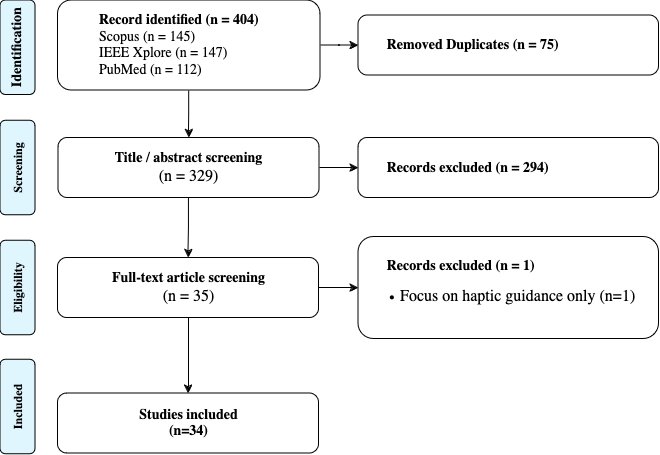
Before: prisma_overview.png, a diagram exported from draw.io (Hobsyllvin/Literature-Research-Master-Thesis). Source tidied: cells renumbered, new cells last; positions are measured from the earlier drawing's top-left corner, leaving out a move shared by most shapes.
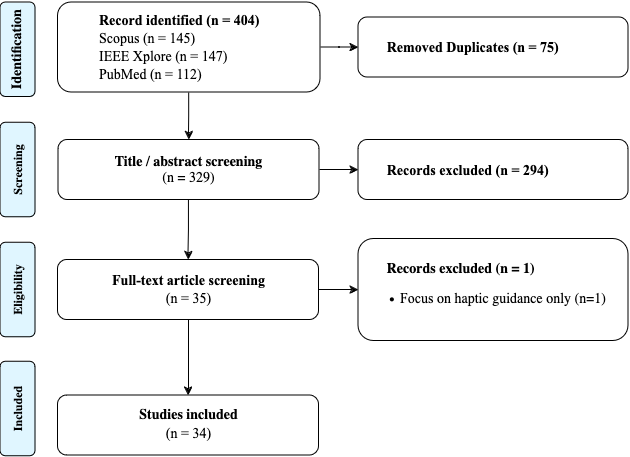
Later version of the same file.

Diff of the diagram source:
```diff
@@ -8,7 +8,7 @@
     <mxCell id="3" style="edgeStyle=orthogonalEdgeStyle;rounded=0;jettySize=auto;html=1;" parent="1" edge="1" source="4" target="14">
       <mxGeometry relative="1" as="geometry" />
     </mxCell>
-    <mxCell id="4" value="&lt;blockquote&gt;&lt;font style=&quot;font-size: 14px;&quot; face=&quot;Lucida Console&quot;&gt;&lt;b&gt;Record identified (n = 404)&lt;/b&gt;&lt;br&gt;Scopus (n = 145)&lt;br&gt;IEEE Xplore (n = 147)&lt;br&gt;PubMed (n = 112)&lt;/font&gt;&lt;/blockquote&gt;" style="rounded=1;whiteSpace=wrap;html=1;fontSize=12;glass=0;strokeWidth=1;shadow=0;align=left;" parent="1" vertex="1">
+    <mxCell id="4" value="&lt;blockquote&gt;&lt;font face=&quot;Times New Roman&quot; style=&quot;font-size: 14px;&quot;&gt;&lt;b&gt;Record identified (n = 404)&lt;/b&gt;&lt;/font&gt;&lt;font style=&quot;font-size: 14px;&quot; face=&quot;5oVnLbHLS7s7FJfhOWXu&quot;&gt;&lt;br&gt;&lt;/font&gt;&lt;font style=&quot;font-size: 14px;&quot; face=&quot;Times New Roman&quot;&gt;Scopus&lt;/font&gt;&lt;font style=&quot;font-size: 14px;&quot; face=&quot;Times New Roman&quot;&gt; (n = 145)&lt;/font&gt;&lt;font style=&quot;font-size: 14px;&quot; face=&quot;5oVnLbHLS7s7FJfhOWXu&quot;&gt;&lt;br&gt;&lt;/font&gt;&lt;font style=&quot;font-size: 14px;&quot; face=&quot;Times New Roman&quot;&gt;IEEE Xplore (n = 147)&lt;/font&gt;&lt;font style=&quot;font-size: 14px;&quot; face=&quot;5oVnLbHLS7s7FJfhOWXu&quot;&gt;&lt;br&gt;&lt;/font&gt;&lt;font style=&quot;font-size: 14px;&quot; face=&quot;Times New Roman&quot;&gt;PubMed (n = 112)&lt;/font&gt;&lt;/blockquote&gt;" style="rounded=1;whiteSpace=wrap;html=1;fontSize=12;glass=0;strokeWidth=1;shadow=0;align=left;" parent="1" vertex="1">
       <mxGeometry x="87.5" width="262.5" height="90" as="geometry" />
     </mxCell>
     <mxCell id="5" style="edgeStyle=orthogonalEdgeStyle;rounded=0;jettySize=auto;html=1;" parent="1" edge="1" source="7" target="11">
@@ -17,7 +17,7 @@
     <mxCell id="6" style="edgeStyle=orthogonalEdgeStyle;rounded=0;jettySize=auto;html=1;" parent="1" edge="1" source="7" target="10">
       <mxGeometry relative="1" as="geometry" />
     </mxCell>
-    <mxCell id="7" value="&lt;div&gt;&lt;font style=&quot;font-size: 14px;&quot;&gt;&lt;b&gt;&lt;font face=&quot;Lucida Console&quot;&gt;Title / abstract screening&lt;/font&gt;&lt;/b&gt;&lt;/font&gt;&lt;/div&gt;&lt;div&gt;&lt;font face=&quot;Vf-fnMTilvaQMkSSkMgD&quot; size=&quot;3&quot;&gt;(n = 329)&lt;br&gt;&lt;/font&gt;&lt;/div&gt;" style="rounded=1;whiteSpace=wrap;html=1;fontSize=12;glass=0;strokeWidth=1;shadow=0;" parent="1" vertex="1">
+    <mxCell id="7" value="&lt;div&gt;&lt;font style=&quot;font-size: 14px;&quot;&gt;&lt;b&gt;&lt;font face=&quot;Lucida Console&quot;&gt;Title / abstract screening&lt;/font&gt;&lt;/b&gt;&lt;/font&gt;&lt;/div&gt;&lt;div&gt;&lt;font style=&quot;font-size: 14px;&quot; face=&quot;Vf-fnMTilvaQMkSSkMgD&quot;&gt;(n = 329)&lt;br&gt;&lt;/font&gt;&lt;/div&gt;" style="rounded=1;whiteSpace=wrap;html=1;fontSize=12;glass=0;strokeWidth=1;shadow=0;" parent="1" vertex="1">
       <mxGeometry x="88" y="137.5" width="261" height="60" as="geometry" />
     </mxCell>
     <mxCell id="8" style="edgeStyle=orthogonalEdgeStyle;rounded=0;jettySize=auto;html=1;" parent="1" edge="1" source="10" target="13">
@@ -26,20 +26,20 @@
     <mxCell id="9" style="edgeStyle=orthogonalEdgeStyle;rounded=0;jettySize=auto;html=1;" parent="1" edge="1" source="10" target="12">
       <mxGeometry relative="1" as="geometry" />
     </mxCell>
-    <mxCell id="10" value="&lt;div&gt;&lt;b&gt;&lt;font style=&quot;font-size: 14px;&quot; face=&quot;Lucida Console&quot;&gt;Full-text article screening&lt;/font&gt;&lt;/b&gt;&lt;/div&gt;&lt;div&gt;&lt;font size=&quot;3&quot; face=&quot;EyllWLO1PdEMdmQVPUqC&quot;&gt;(n = 35)&lt;br&gt;&lt;/font&gt;&lt;/div&gt;" style="rounded=1;whiteSpace=wrap;html=1;fontSize=12;glass=0;strokeWidth=1;shadow=0;" parent="1" vertex="1">
+    <mxCell id="10" value="&lt;div&gt;&lt;font style=&quot;font-size: 14px;&quot; face=&quot;Times New Roman&quot;&gt;&lt;b&gt;&lt;font&gt;Full-text article screening&lt;/font&gt;&lt;/b&gt;&lt;/font&gt;&lt;/div&gt;&lt;div&gt;&lt;font style=&quot;font-size: 14px;&quot; face=&quot;Times New Roman&quot;&gt;(n = 35)&lt;/font&gt;&lt;font size=&quot;3&quot; face=&quot;kwr3ORwjJ1YsfLUXT_0h&quot;&gt;&lt;br&gt;&lt;/font&gt;&lt;/div&gt;" style="rounded=1;whiteSpace=wrap;html=1;fontSize=12;glass=0;strokeWidth=1;shadow=0;" parent="1" vertex="1">
       <mxGeometry x="87.5" y="257.5" width="261" height="60" as="geometry" />
     </mxCell>
-    <mxCell id="11" value="&lt;div align=&quot;left&quot;&gt;&lt;div&gt;&lt;b&gt;&lt;font style=&quot;font-size: 14px;&quot; face=&quot;Lucida Console&quot;&gt;&lt;span style=&quot;white-space: pre;&quot;&gt;&#9;&lt;/span&gt;Records excluded (n = 294)&lt;/font&gt;&lt;/b&gt;&lt;/div&gt;&lt;/div&gt;" style="rounded=1;whiteSpace=wrap;html=1;fontSize=12;glass=0;strokeWidth=1;shadow=0;align=left;" parent="1" vertex="1">
-      <mxGeometry x="388" y="137.5" width="300.5" height="60" as="geometry" />
+    <mxCell id="11" value="&lt;div align=&quot;left&quot;&gt;&lt;div&gt;&lt;font face=&quot;Times New Roman&quot;&gt;&lt;b&gt;&lt;font style=&quot;font-size: 14px;&quot;&gt;&lt;span style=&quot;white-space: pre;&quot;&gt;&#9;&lt;/span&gt;Records excluded (n = 294)&lt;/font&gt;&lt;/b&gt;&lt;/font&gt;&lt;/div&gt;&lt;/div&gt;" style="rounded=1;whiteSpace=wrap;html=1;fontSize=12;glass=0;strokeWidth=1;shadow=0;align=left;" parent="1" vertex="1">
+      <mxGeometry x="388" y="137.5" width="270" height="60" as="geometry" />
     </mxCell>
-    <mxCell id="12" value="&lt;div align=&quot;justify&quot;&gt;&lt;b&gt;&lt;font style=&quot;font-size: 14px;&quot; face=&quot;Lucida Console&quot;&gt;&lt;span style=&quot;white-space: pre;&quot;&gt;&#9;&lt;/span&gt;Records excluded (n = 1)&lt;/font&gt;&lt;/b&gt;&lt;/div&gt;&lt;div align=&quot;justify&quot;&gt;&lt;ul&gt;&lt;li&gt;&lt;font size=&quot;3&quot; face=&quot;mY5P2F2tdVI3r5gdOyLp&quot;&gt;Focus on haptic guidance only (n=1)&lt;br&gt;&lt;/font&gt;&lt;/li&gt;&lt;/ul&gt;&lt;/div&gt;" style="rounded=1;whiteSpace=wrap;html=1;fontSize=12;glass=0;strokeWidth=1;shadow=0;align=left;" parent="1" vertex="1">
-      <mxGeometry x="388" y="236.5" width="300.5" height="102" as="geometry" />
+    <mxCell id="12" value="&lt;div align=&quot;justify&quot;&gt;&lt;b&gt;&lt;font style=&quot;font-size: 14px;&quot; face=&quot;Lucida Console&quot;&gt;&lt;span style=&quot;white-space: pre;&quot;&gt;&#9;&lt;/span&gt;Records excluded (n = 1)&lt;/font&gt;&lt;/b&gt;&lt;/div&gt;&lt;div align=&quot;justify&quot;&gt;&lt;ul&gt;&lt;li&gt;&lt;font style=&quot;font-size: 14px;&quot; face=&quot;Times New Roman&quot;&gt;Focus&lt;/font&gt;&lt;font style=&quot;font-size: 14px;&quot; face=&quot;mY5P2F2tdVI3r5gdOyLp&quot;&gt; on haptic guidance only (n=1)&lt;br&gt;&lt;/font&gt;&lt;/li&gt;&lt;/ul&gt;&lt;/div&gt;" style="rounded=1;whiteSpace=wrap;html=1;fontSize=12;glass=0;strokeWidth=1;shadow=0;align=left;" parent="1" vertex="1">
+      <mxGeometry x="388" y="236.5" width="270" height="102" as="geometry" />
     </mxCell>
-    <mxCell id="13" value="&lt;div&gt;&lt;b&gt;&lt;font style=&quot;font-size: 14px;&quot; face=&quot;Lucida Console&quot;&gt;Studies included&lt;/font&gt;&lt;/b&gt;&lt;/div&gt;&lt;div&gt;&lt;b&gt;&lt;font style=&quot;font-size: 14px;&quot; face=&quot;Lucida Console&quot;&gt;(n=34)&lt;br&gt;&lt;/font&gt;&lt;/b&gt;&lt;/div&gt;" style="rounded=1;whiteSpace=wrap;html=1;fontSize=12;glass=0;strokeWidth=1;shadow=0;" parent="1" vertex="1">
+    <mxCell id="13" value="&lt;div&gt;&lt;font style=&quot;font-size: 14px;&quot;&gt;&lt;b&gt;&lt;font face=&quot;Lucida Console&quot;&gt;Studies included&lt;/font&gt;&lt;/b&gt;&lt;/font&gt;&lt;/div&gt;&lt;div&gt;&lt;font face=&quot;Times New Roman&quot; style=&quot;font-size: 14px;&quot;&gt;(n = 34)&lt;/font&gt;&lt;font face=&quot;HePOMZP5A3MMD9hjjT4f&quot; size=&quot;3&quot;&gt;&lt;br&gt;&lt;/font&gt;&lt;/div&gt;" style="rounded=1;whiteSpace=wrap;html=1;fontSize=12;glass=0;strokeWidth=1;shadow=0;" parent="1" vertex="1">
       <mxGeometry x="87.5" y="393" width="261" height="60" as="geometry" />
     </mxCell>
-    <mxCell id="14" value="&lt;div align=&quot;left&quot;&gt;&lt;b&gt;&lt;font style=&quot;font-size: 14px;&quot; face=&quot;Lucida Console&quot;&gt;&lt;span style=&quot;white-space: pre;&quot;&gt;&#9;&lt;/span&gt;Removed Duplicates (n = 75)&lt;/font&gt;&lt;/b&gt;&lt;/div&gt;" style="rounded=1;whiteSpace=wrap;html=1;fontSize=12;glass=0;strokeWidth=1;shadow=0;align=left;" parent="1" vertex="1">
-      <mxGeometry x="388" y="15" width="300.5" height="60" as="geometry" />
+    <mxCell id="14" value="&lt;div align=&quot;left&quot;&gt;&lt;font face=&quot;Times New Roman&quot; style=&quot;font-size: 14px;&quot;&gt;&lt;b&gt;&lt;span style=&quot;white-space: pre;&quot;&gt;&#9;&lt;/span&gt;Removed Duplicates (n = 75)&lt;/b&gt;&lt;/font&gt;&lt;/div&gt;" style="rounded=1;whiteSpace=wrap;html=1;fontSize=12;glass=0;strokeWidth=1;shadow=0;align=left;" parent="1" vertex="1">
+      <mxGeometry x="388" y="15" width="270" height="60" as="geometry" />
     </mxCell>
     <mxCell id="15" value="&lt;font face=&quot;Lucida Console&quot; style=&quot;font-size: 14px;&quot;&gt;&lt;b&gt;Identification&lt;/b&gt;&lt;/font&gt;" style="rounded=1;whiteSpace=wrap;html=1;rotation=-90;fillColor=#E0F6FF;" parent="1" vertex="1">
       <mxGeometry x="0.2" y="29.8" width="94.5" height="35" as="geometry" />
```
